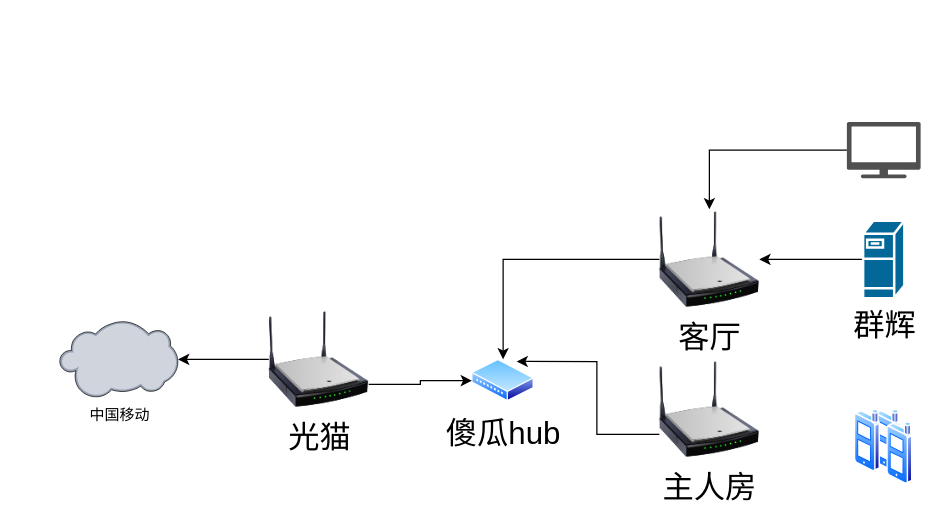
dyq94310/diagrams.net keeps this draw.io diagram as Untitled Diagram.drawio. Above is the earlier version. Source tidied: cells renumbered, new cells numbered last; positions are measured from the earlier drawing's top-left corner, leaving out a move shared by most shapes. Both pictures are drawn from the tidied source at 125%, with x=0, y=0 at pixel (59, 121).
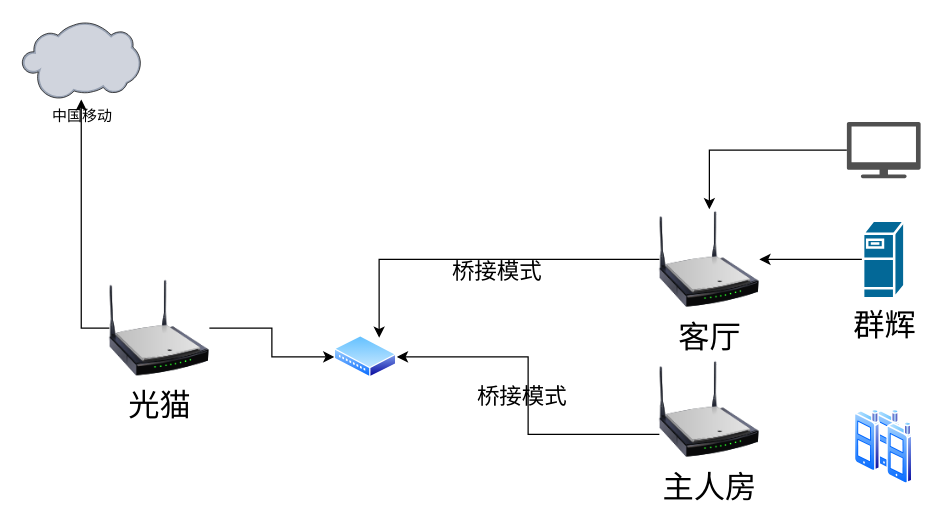
The same page after the edit.

Unchanged cells that the change refers to:
```xml
<mxCell id="8" value="&lt;div&gt;主人房&lt;/div&gt;" style="image;html=1;image=img/lib/clip_art/networking/Wireless_Router_N_128x128.png;fontSize=25;" parent="1" vertex="1">
  <mxGeometry x="480" y="190" width="80" height="80" as="geometry" />
</mxCell>
<mxCell id="10" value="客厅" style="image;html=1;image=img/lib/clip_art/networking/Wireless_Router_N_128x128.png;fontSize=25;" parent="1" vertex="1">
  <mxGeometry x="480" y="70" width="80" height="80" as="geometry" />
</mxCell>
```

The edit, as a diff of the source:
```diff
@@
     <mxCell id="2" value="&lt;div&gt;中国移动&lt;/div&gt;" style="verticalLabelPosition=bottom;sketch=0;html=1;verticalAlign=top;strokeColor=none;align=center;outlineConnect=0;shape=mxgraph.citrix.cloud;" parent="1" vertex="1">
-      <mxGeometry y="159" width="95" height="62" as="geometry" />
+      <mxGeometry x="-30" y="-80" width="95" height="62" as="geometry" />
     </mxCell>
-    <mxCell id="3" value="傻瓜hub" style="perimeter=ellipsePerimeter;html=1;align=center;shadow=0;dashed=0;spacingTop=3;image;image=img/lib/active_directory/wiring_hub.svg;fontSize=25;" parent="1" vertex="1">
-      <mxGeometry x="330" y="190" width="50" height="34" as="geometry" />
-    </mxCell>
-    <mxCell id="4" style="edgeStyle=orthogonalEdgeStyle;rounded=0;jettySize=auto;html=1;exitX=1;exitY=0.75;exitDx=0;exitDy=0;entryX=0;entryY=0.5;entryDx=0;entryDy=0;fontSize=25;" parent="1" edge="1" source="6" target="3">
-      <mxGeometry relative="1" as="geometry" />
-    </mxCell>
@@
+    <mxCell id="19" style="edgeStyle=orthogonalEdgeStyle;rounded=0;jettySize=auto;html=1;fontSize=18;entryX=0;entryY=0.5;entryDx=0;entryDy=0;" parent="1" edge="1" source="6" target="21">
+      <mxGeometry relative="1" as="geometry" />
+    </mxCell>
     <mxCell id="6" value="光猫" style="image;html=1;image=img/lib/clip_art/networking/Wireless_Router_N_128x128.png;fontSize=25;" parent="1" vertex="1">
-      <mxGeometry x="167.5" y="150" width="80" height="80" as="geometry" />
+      <mxGeometry x="40" y="125" width="80" height="80" as="geometry" />
     </mxCell>
-    <mxCell id="7" style="edgeStyle=orthogonalEdgeStyle;rounded=0;jettySize=auto;html=1;exitX=0;exitY=0.75;exitDx=0;exitDy=0;entryX=0.75;entryY=0;entryDx=0;entryDy=0;fontSize=25;" parent="1" edge="1" source="8" target="3">
+    <mxCell id="7" style="edgeStyle=orthogonalEdgeStyle;rounded=0;jettySize=auto;html=1;exitX=0;exitY=0.75;exitDx=0;exitDy=0;fontSize=25;entryX=1;entryY=0.5;entryDx=0;entryDy=0;" parent="1" edge="1" source="8" target="21">
       <mxGeometry relative="1" as="geometry" />
     </mxCell>
@@
-    <mxCell id="9" style="edgeStyle=orthogonalEdgeStyle;rounded=0;jettySize=auto;html=1;exitX=0;exitY=0.5;exitDx=0;exitDy=0;fontSize=25;" parent="1" edge="1" source="10" target="3">
+    <mxCell id="9" style="edgeStyle=orthogonalEdgeStyle;rounded=0;jettySize=auto;html=1;exitX=0;exitY=0.5;exitDx=0;exitDy=0;fontSize=25;entryX=0.75;entryY=0;entryDx=0;entryDy=0;" parent="1" edge="1" source="10" target="21">
       <mxGeometry relative="1" as="geometry" />
     </mxCell>
@@
-    <mxCell id="11" style="edgeStyle=orthogonalEdgeStyle;rounded=0;orthogonalLoop=1;jettySize=auto;html=1;exitX=0.5;exitY=1;exitDx=0;exitDy=0;fontSize=25;" parent="1" edge="1" source="3" target="3">
-      <mxGeometry relative="1" as="geometry" />
+    <mxCell id="11" style="edgeStyle=orthogonalEdgeStyle;rounded=0;orthogonalLoop=1;jettySize=auto;html=1;exitX=0.5;exitY=1;exitDx=0;exitDy=0;fontSize=25;" parent="1" edge="1">
+      <mxGeometry relative="1" as="geometry">
+        <mxPoint x="355" y="224" as="sourcePoint" />
+        <mxPoint x="355" y="224" as="targetPoint" />
+      </mxGeometry>
     </mxCell>
@@
+    <mxCell id="20" value="桥接模式" style="text;html=1;align=center;verticalAlign=middle;strokeColor=none;fillColor=none;fontSize=18;" parent="1" vertex="1">
+      <mxGeometry x="325" y="205" width="90" height="30" as="geometry" />
+    </mxCell>
+    <mxCell id="21" style="perimeter=ellipsePerimeter;html=1;align=center;shadow=0;dashed=0;spacingTop=3;image;image=img/lib/active_directory/wiring_hub.svg;fontSize=18;" parent="1" vertex="1">
+      <mxGeometry x="220" y="171" width="50" height="34" as="geometry" />
+    </mxCell>
+    <mxCell id="22" value="桥接模式" style="text;html=1;align=center;verticalAlign=middle;strokeColor=none;fillColor=none;fontSize=18;" parent="1" vertex="1">
+      <mxGeometry x="305" y="105" width="90" height="30" as="geometry" />
+    </mxCell>
```
